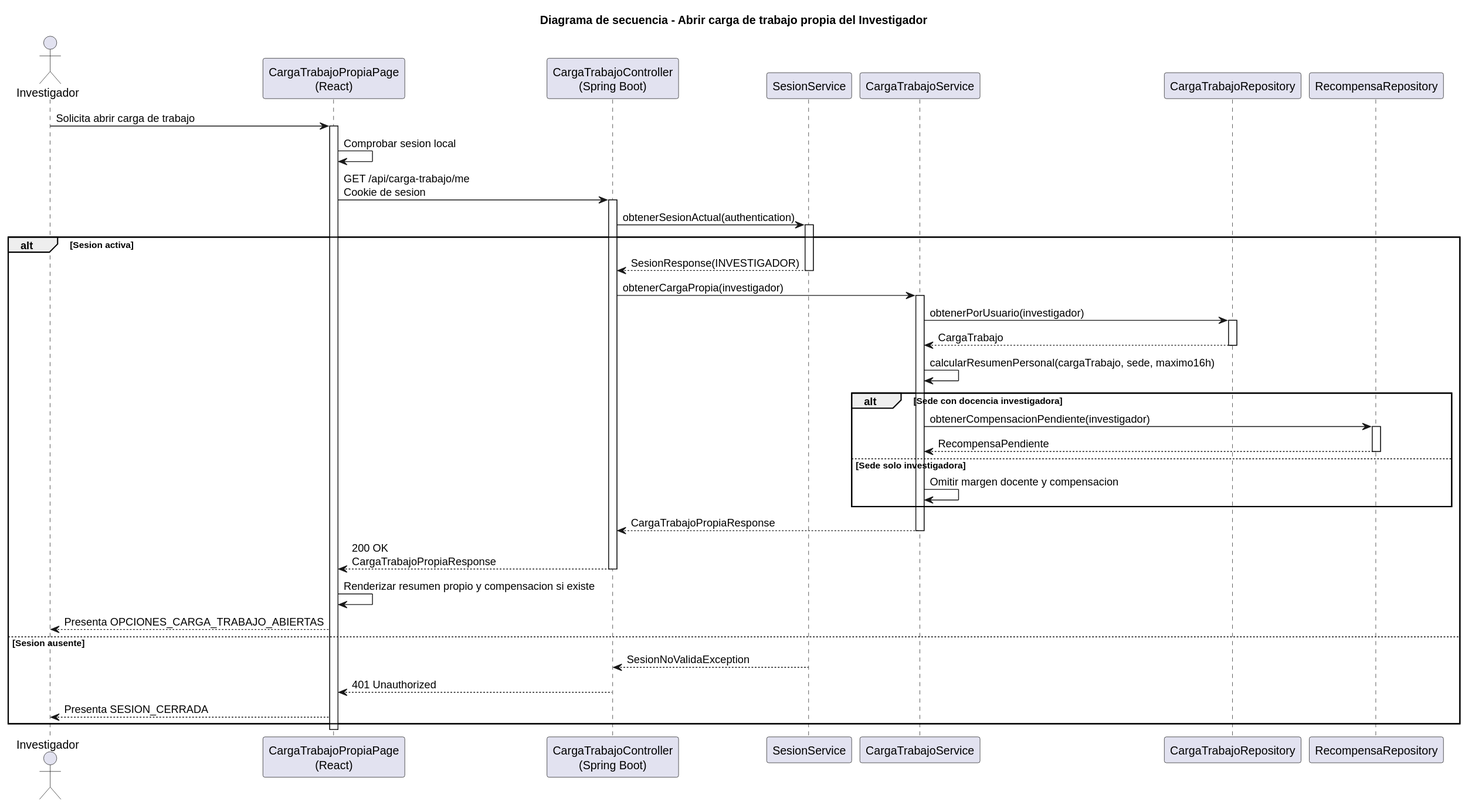
The PlantUML diagram images/RUP/02-diseño/casos-uso/investigador/abrirOpcionesCargaTrabajo/secuencia.svg in beatriizorozco/25-26-idsw2-sdVC, before a commit.
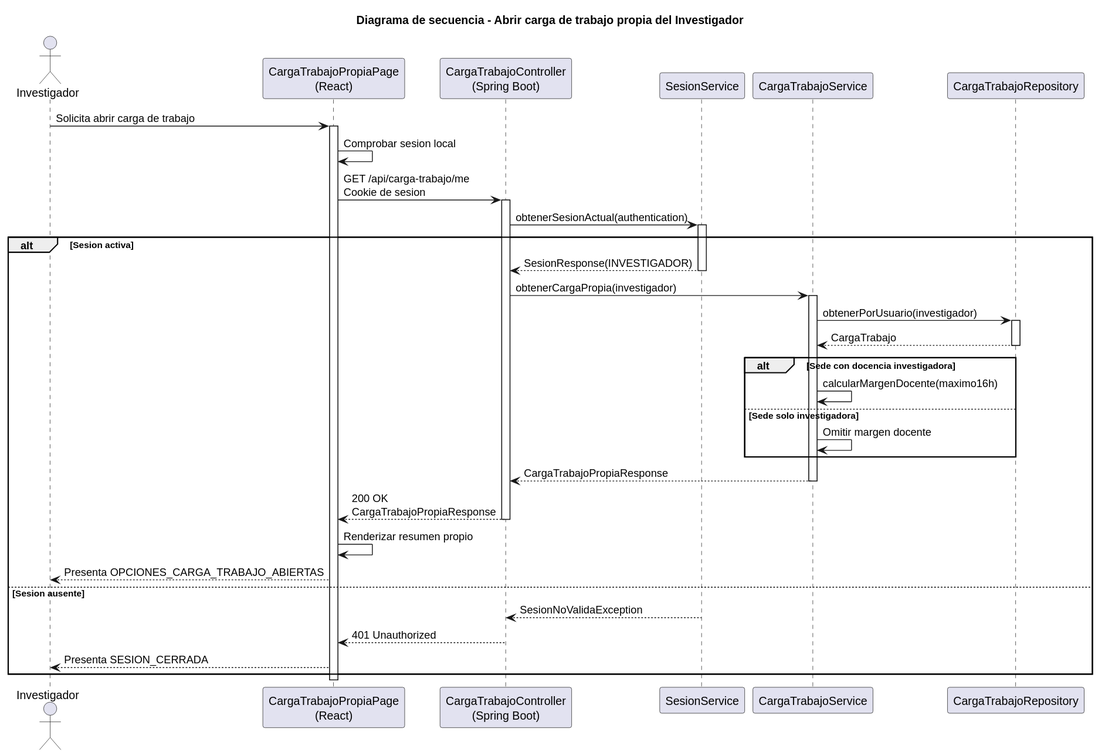
After the change.

Change to the diagram source:
```diff
@@ -7,7 +7,6 @@
 participant "SesionService" as Sesion
 participant "CargaTrabajoService" as Service
 participant "CargaTrabajoRepository" as CargaRepo
-participant "RecompensaRepository" as RecompensaRepo
 
 Investigador -> Frontend: Solicita abrir carga de trabajo
 activate Frontend
@@ -25,20 +24,16 @@
     activate CargaRepo
     CargaRepo --> Service: CargaTrabajo
     deactivate CargaRepo
-    Service -> Service: calcularResumenPersonal(cargaTrabajo, sede, maximo16h)
     alt Sede con docencia investigadora
-        Service -> RecompensaRepo: obtenerCompensacionPendiente(investigador)
-        activate RecompensaRepo
-        RecompensaRepo --> Service: RecompensaPendiente
-        deactivate RecompensaRepo
+        Service -> Service: calcularMargenDocente(maximo16h)
     else Sede solo investigadora
-        Service -> Service: Omitir margen docente y compensacion
+        Service -> Service: Omitir margen docente
     end
     Service --> Api: CargaTrabajoPropiaResponse
     deactivate Service
     Api --> Frontend: 200 OK\nCargaTrabajoPropiaResponse
     deactivate Api
-    Frontend -> Frontend: Renderizar resumen propio y compensacion si existe
+    Frontend -> Frontend: Renderizar resumen propio
     Frontend --> Investigador: Presenta OPCIONES_CARGA_TRABAJO_ABIERTAS
 else Sesion ausente
     Sesion --> Api: SesionNoValidaException
```
